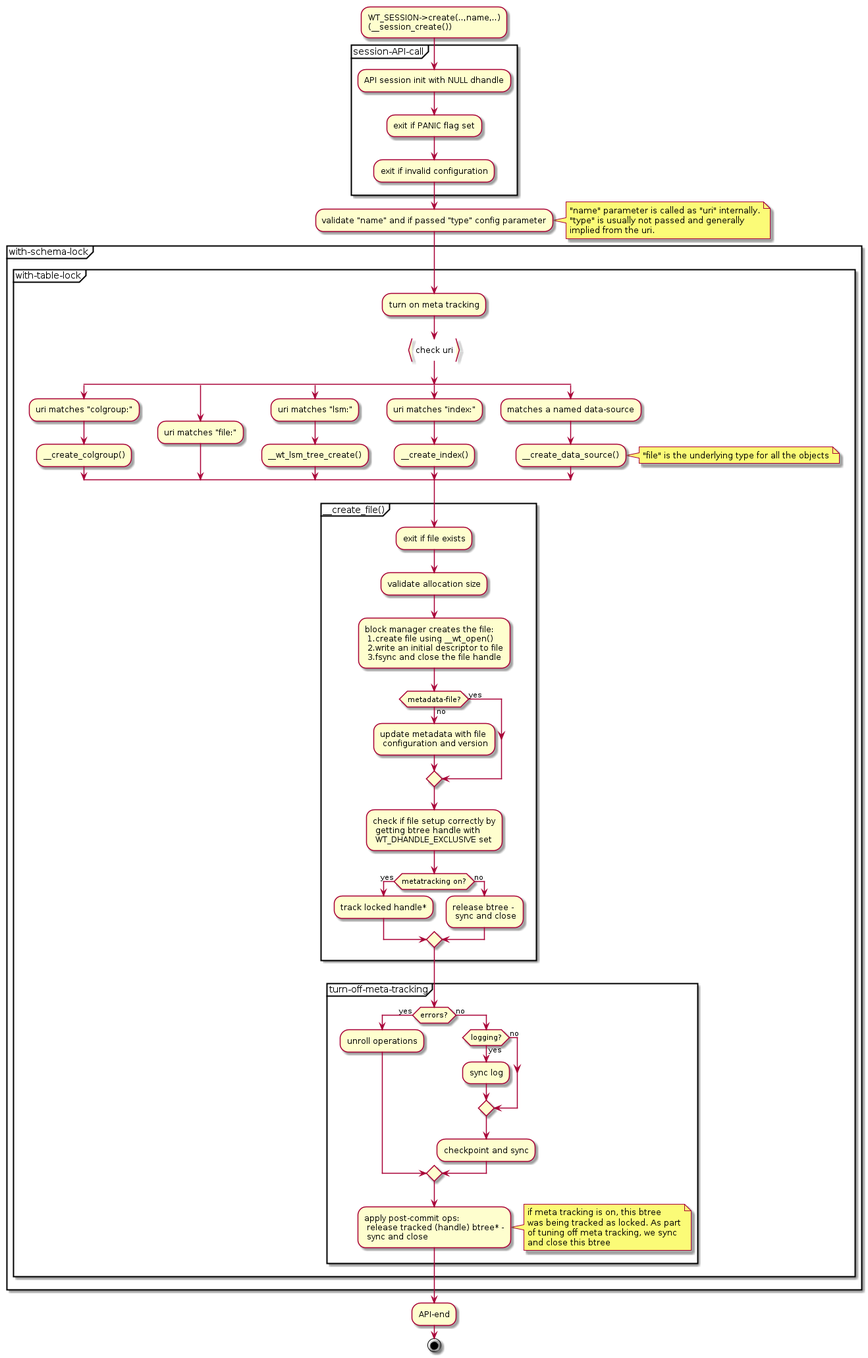
The PlantUML diagram src/docs/images/plantuml_gen_img/schema_create.png in wiredtiger/wiredtiger, before a commit.
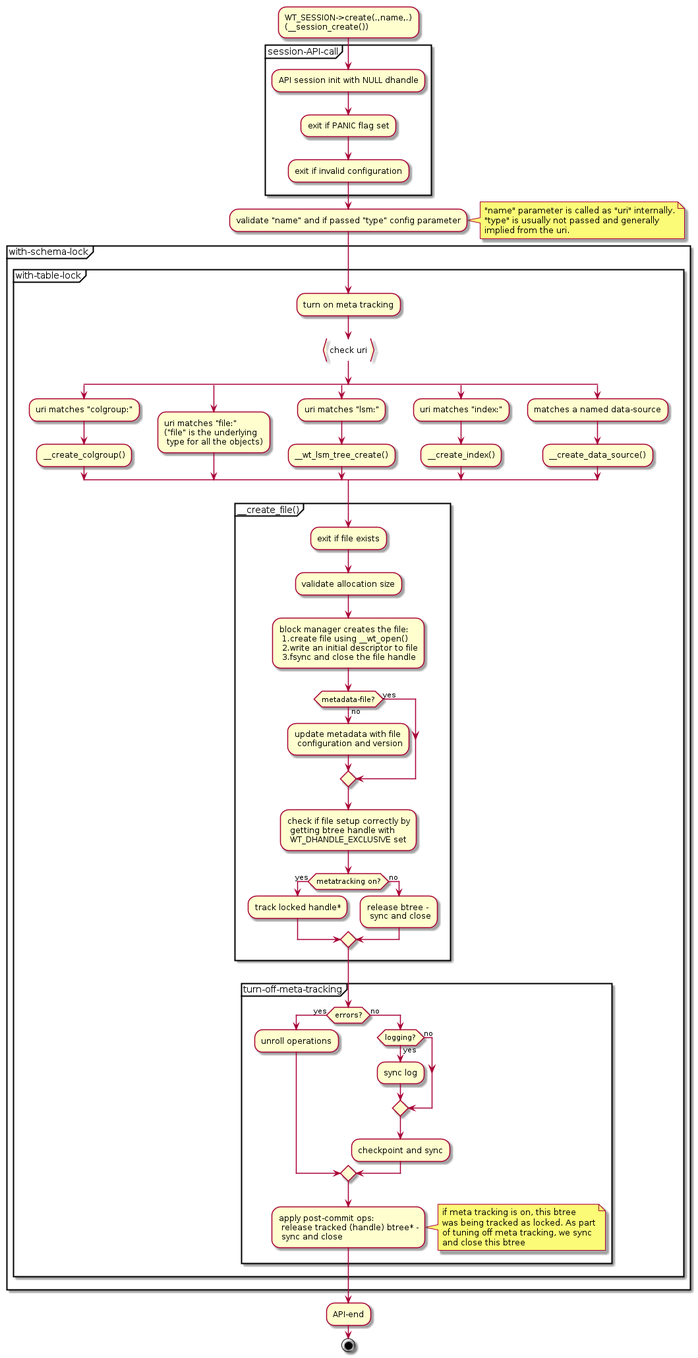
Above is the later version.

What changed in the source:
```diff
@@ -1,5 +1,5 @@
 @startuml{schema_create.png}
-:WT_SESSION->create(..,name,..)
+:WT_SESSION->create(.,name,.)
 (__session_create());
 
 partition session-API-call {
@@ -24,7 +24,9 @@
             :uri matches "colgroup:";
             :__create_colgroup();
         split again
-            :uri matches "file:";
+            :uri matches "file:"
+            ("file" is the underlying
+             type for all the objects);
         split again
             :uri matches "lsm:";
             :__wt_lsm_tree_create();
@@ -36,9 +38,6 @@
             :__create_data_source();
         end split
 
-	note right
-            "file" is the underlying type for all the objects
-        end note
         partition __create_file() {
             :exit if file exists;
             :validate allocation size;
```
